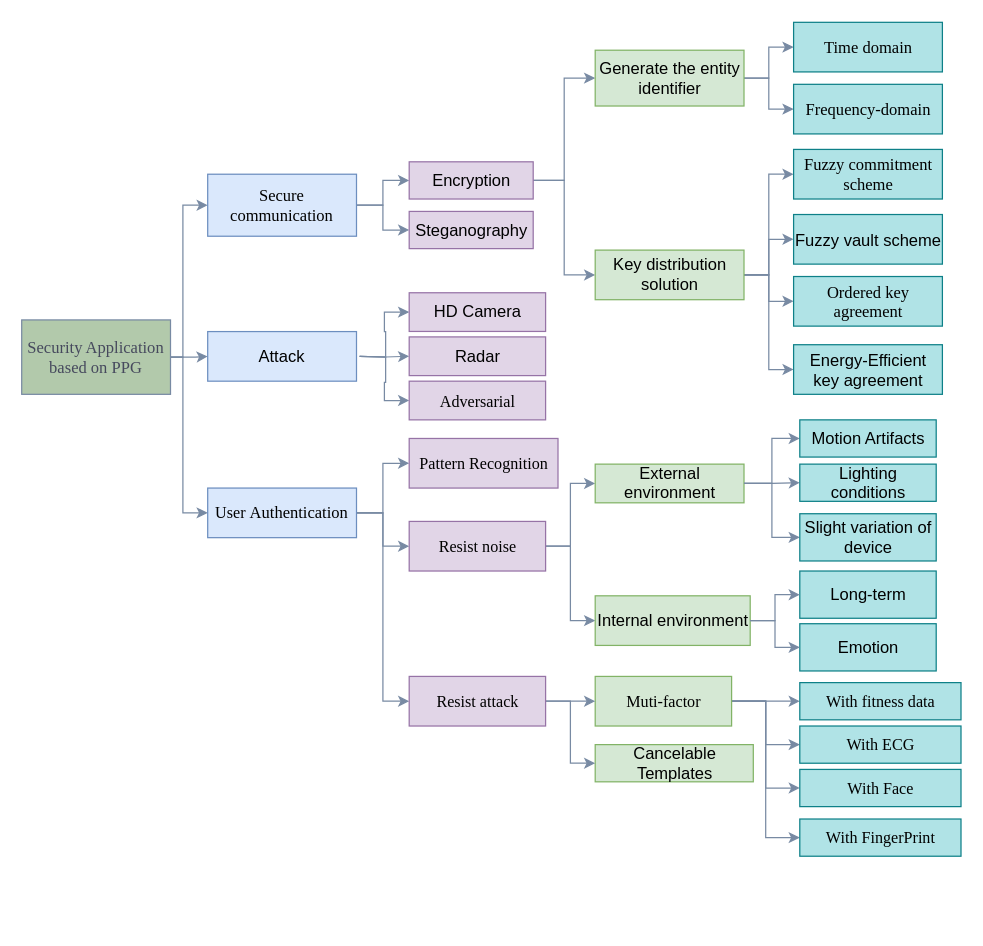
Above: classDiagram.drawio in NasTul/Diagrams (draw.io), before the change. Source tidied: cells renumbered, new cells numbered last; positions are measured from the earlier drawing's top-left corner, leaving out a move shared by most shapes. Both pictures are drawn from the tidied source at 124%, with x=0, y=0 at pixel (21, 22).
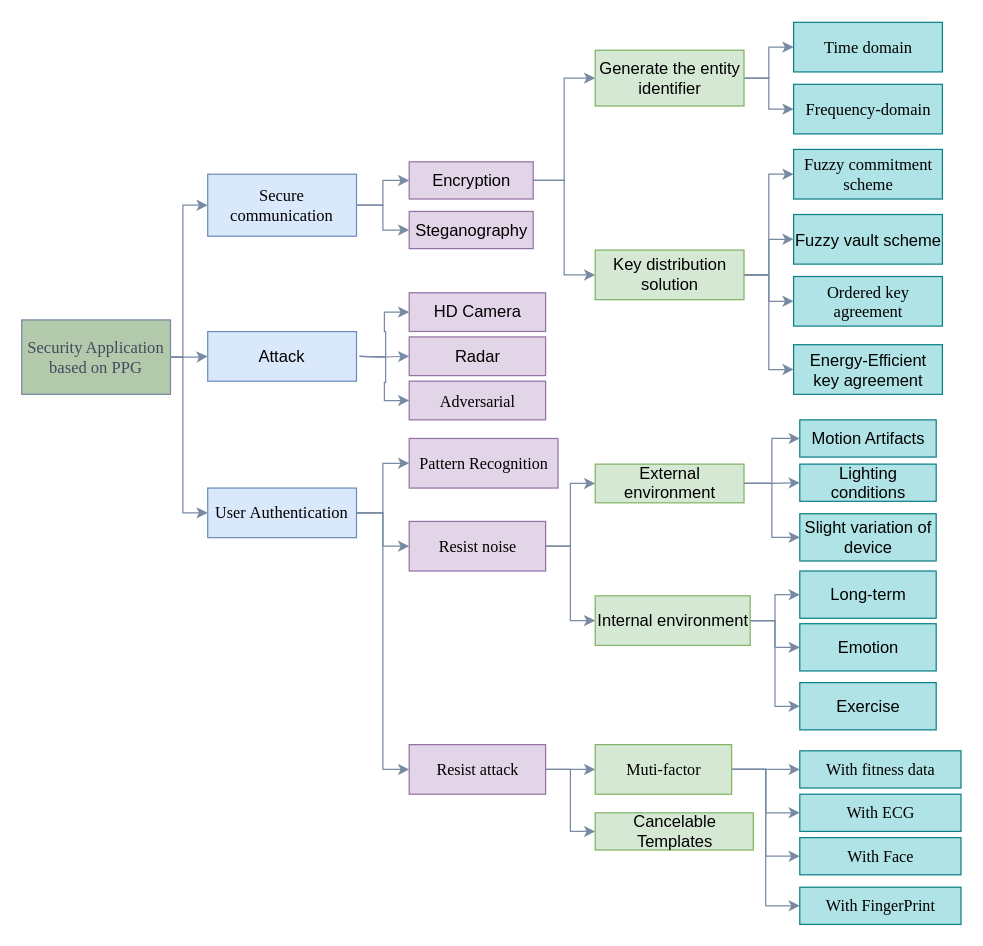
Above is the later version.

The change refers to these unchanged cells:
```xml
<mxCell id="41" value="&lt;p&gt;&lt;font face=&quot;noto_regular&quot;&gt;&lt;span style=&quot;font-size: 13.3333px&quot;&gt;Internal environment&lt;/span&gt;&lt;/font&gt;&lt;br&gt;&lt;/p&gt;" style="rounded=0;whiteSpace=wrap;html=1;fillColor=#d5e8d4;strokeColor=#82b366;" parent="1" vertex="1">
  <mxGeometry x="462.5" y="462" width="125" height="40" as="geometry" />
</mxCell>
<mxCell id="58" value="&lt;font face=&quot;noto_regular&quot;&gt;&lt;span style=&quot;font-size: 13.3333px&quot;&gt;Long-term&lt;/span&gt;&lt;/font&gt;" style="rounded=0;whiteSpace=wrap;html=1;fillColor=#b0e3e6;strokeColor=#0e8088;" parent="1" vertex="1">
  <mxGeometry x="627.5" y="442" width="110" height="38.1" as="geometry" />
</mxCell>
```

Change to the diagram source:
```diff
@@
+    <mxCell id="67" style="edgeStyle=orthogonalEdgeStyle;rounded=0;jettySize=auto;html=1;entryX=0;entryY=0.5;entryDx=0;entryDy=0;fillColor=#dae8fc;strokeColor=#788AA3;" parent="1" edge="1" source="41" target="68">
+      <mxGeometry relative="1" as="geometry" />
+    </mxCell>
@@
     <mxCell id="51" value="&lt;font face=&quot;Times New Roman&quot;&gt;Muti-factor&lt;/font&gt;" style="rounded=0;whiteSpace=wrap;html=1;fontSize=13;fillColor=#d5e8d4;strokeColor=#82b366;" parent="1" vertex="1">
-      <mxGeometry x="462.5" y="527" width="110" height="40" as="geometry" />
+      <mxGeometry x="462.5" y="582" width="110" height="40" as="geometry" />
     </mxCell>
@@
     <mxCell id="54" value="&lt;font face=&quot;Times New Roman&quot;&gt;With&amp;nbsp;fitness data&lt;/font&gt;" style="whiteSpace=wrap;html=1;rounded=0;fontSize=13;strokeColor=#0e8088;fillColor=#b0e3e6;" parent="1" vertex="1">
-      <mxGeometry x="627.5" y="532" width="130" height="30" as="geometry" />
+      <mxGeometry x="627.5" y="587" width="130" height="30" as="geometry" />
     </mxCell>
     <mxCell id="55" value="&lt;font face=&quot;Times New Roman&quot;&gt;With&amp;nbsp;ECG&lt;/font&gt;" style="whiteSpace=wrap;html=1;rounded=0;fontSize=13;strokeColor=#0e8088;fillColor=#b0e3e6;" parent="1" vertex="1">
-      <mxGeometry x="627.5" y="567" width="130" height="30" as="geometry" />
+      <mxGeometry x="627.5" y="622" width="130" height="30" as="geometry" />
     </mxCell>
     <mxCell id="56" value="&lt;font face=&quot;Times New Roman&quot;&gt;With&amp;nbsp;Face&lt;/font&gt;" style="whiteSpace=wrap;html=1;rounded=0;fontSize=13;strokeColor=#0e8088;fillColor=#b0e3e6;" parent="1" vertex="1">
-      <mxGeometry x="627.5" y="602" width="130" height="30" as="geometry" />
+      <mxGeometry x="627.5" y="657" width="130" height="30" as="geometry" />
     </mxCell>
     <mxCell id="57" value="&lt;font face=&quot;Times New Roman&quot;&gt;With&amp;nbsp;FingerPrint&lt;/font&gt;" style="whiteSpace=wrap;html=1;rounded=0;fontSize=13;strokeColor=#0e8088;fillColor=#b0e3e6;" parent="1" vertex="1">
-      <mxGeometry x="627.5" y="642" width="130" height="30" as="geometry" />
+      <mxGeometry x="627.5" y="697" width="130" height="30" as="geometry" />
     </mxCell>
@@
-    <mxCell id="59" style="edgeStyle=orthogonalEdgeStyle;rounded=0;jettySize=auto;html=1;fillColor=#B2C9AB;strokeColor=#788AA3;exitX=1;exitY=0.5;exitDx=0;exitDy=0;fontColor=#46495D;entryX=0;entryY=0.5;entryDx=0;entryDy=0;" parent="1" edge="1" source="41" target="58">
+    <mxCell id="59" style="edgeStyle=orthogonalEdgeStyle;rounded=0;jettySize=auto;html=1;fillColor=#B2C9AB;exitX=1;exitY=0.5;exitDx=0;exitDy=0;fontColor=#46495D;entryX=0;entryY=0.5;entryDx=0;entryDy=0;strokeColor=#788AA3;" parent="1" edge="1" source="41" target="58">
       <mxGeometry relative="1" as="geometry" />
     </mxCell>
@@
     <mxCell id="63" value="&lt;span style=&quot;font-family: &amp;#34;noto_regular&amp;#34; ; font-size: 10pt&quot;&gt;Cancelable Templates&lt;/span&gt;" style="rounded=0;whiteSpace=wrap;html=1;fillColor=#d5e8d4;strokeColor=#82b366;" parent="1" vertex="1">
-      <mxGeometry x="462.5" y="582" width="127.5" height="30" as="geometry" />
+      <mxGeometry x="462.5" y="637" width="127.5" height="30" as="geometry" />
     </mxCell>
@@
     <mxCell id="66" value="&lt;font face=&quot;Times New Roman&quot;&gt;Resist attack&lt;/font&gt;" style="rounded=0;whiteSpace=wrap;html=1;fontSize=13;fillColor=#e1d5e7;strokeColor=#9673a6;" parent="1" vertex="1">
-      <mxGeometry x="312.5" y="527" width="110" height="40" as="geometry" />
+      <mxGeometry x="312.5" y="582" width="110" height="40" as="geometry" />
     </mxCell>
+    <mxCell id="68" value="&lt;font face=&quot;noto_regular&quot;&gt;&lt;span style=&quot;font-size: 13.3333px&quot;&gt;Exercise&lt;/span&gt;&lt;/font&gt;" style="rounded=0;whiteSpace=wrap;html=1;fillColor=#b0e3e6;strokeColor=#0e8088;" parent="1" vertex="1">
+      <mxGeometry x="627.5" y="532" width="110" height="38.1" as="geometry" />
+    </mxCell>
```
